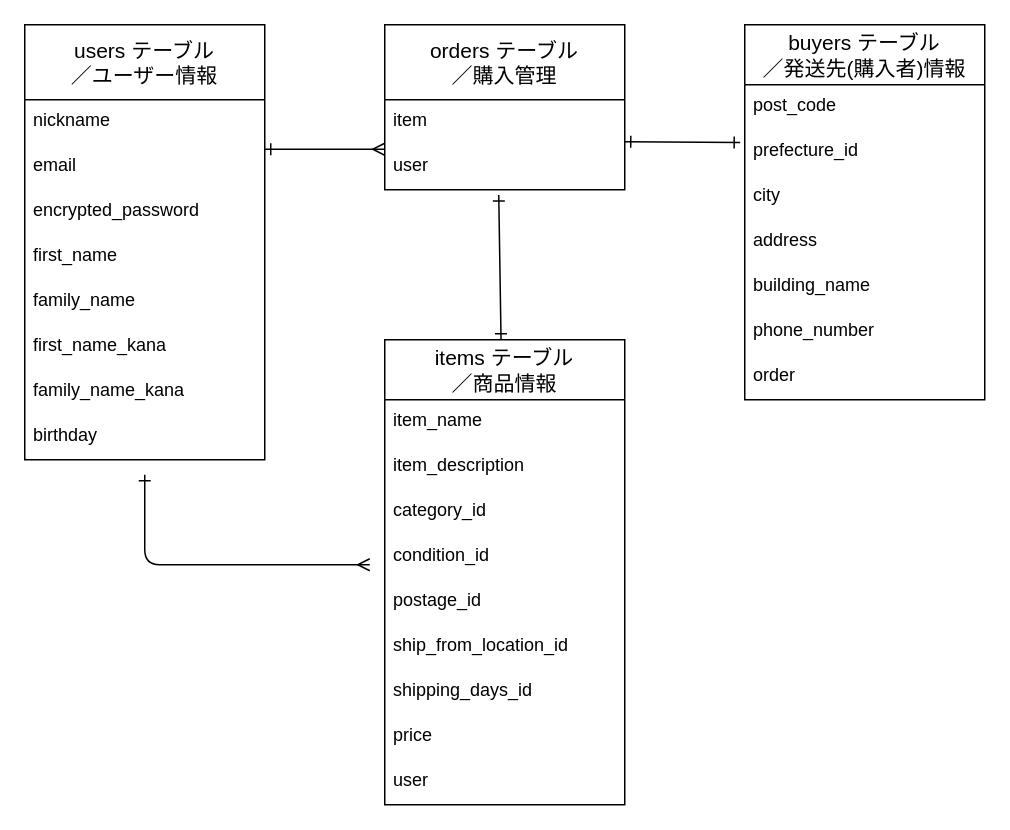
Cristina1201/furima-40013 keeps this draw.io diagram as er.dio. Above is the earlier version. Source tidied: cells renumbered, new cells numbered last; positions are measured from the earlier drawing's top-left corner, leaving out a move shared by most shapes. Both pictures are drawn from the tidied source at 150%, with x=0, y=0 at pixel (24, 24).
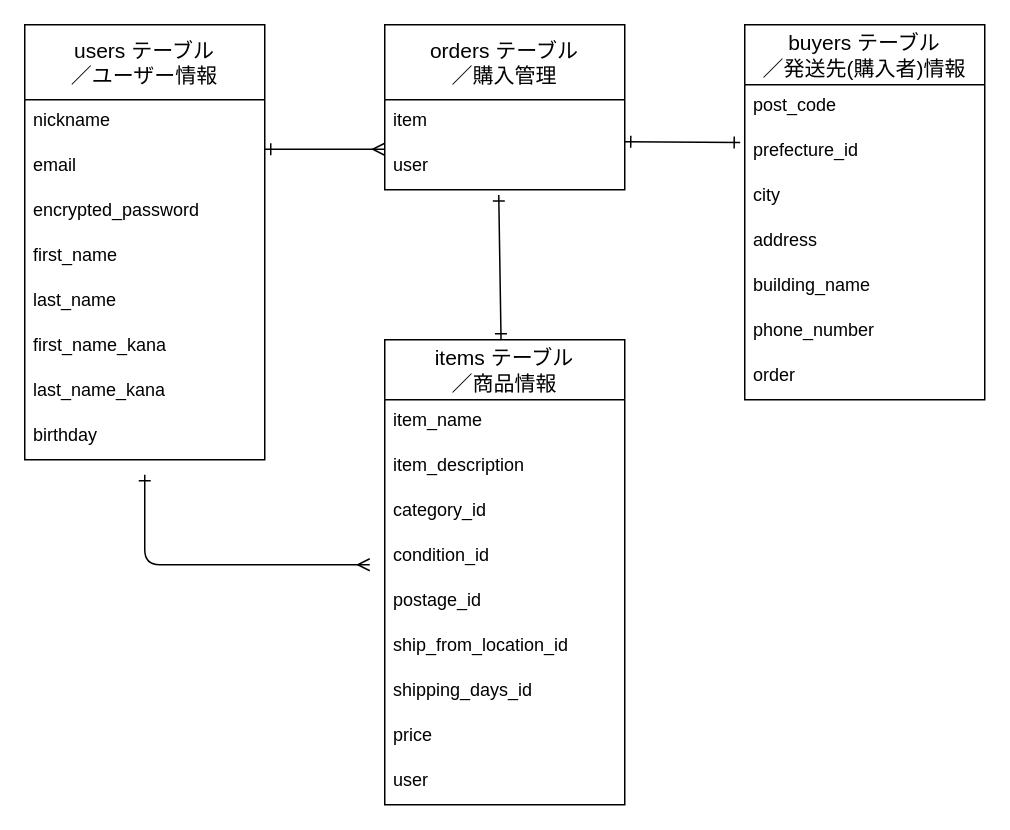
After the change.

The change refers to these unchanged cells:
```xml
<mxCell id="2" value="users テーブル&#10;／ユーザー情報" style="swimlane;fontStyle=0;horizontal=1;startSize=50;align=center;fontSize=14;" parent="1" vertex="1">
  <mxGeometry width="160" height="290" as="geometry" />
</mxCell>
```

The edit, as a diff of the source:
```diff
@@
-    <mxCell id="7" value="family_name" style="text;strokeColor=none;fillColor=none;spacingLeft=4;spacingRight=4;overflow=hidden;fontSize=12;" parent="2" vertex="1">
+    <mxCell id="7" value="last_name" style="text;strokeColor=none;fillColor=none;spacingLeft=4;spacingRight=4;overflow=hidden;fontSize=12;" parent="2" vertex="1">
       <mxGeometry y="170" width="160" height="30" as="geometry" />
     </mxCell>
@@
-    <mxCell id="9" value="family_name_kana" style="text;strokeColor=none;fillColor=none;spacingLeft=4;spacingRight=4;overflow=hidden;fontSize=12;" parent="2" vertex="1">
+    <mxCell id="9" value="last_name_kana" style="text;strokeColor=none;fillColor=none;spacingLeft=4;spacingRight=4;overflow=hidden;fontSize=12;" parent="2" vertex="1">
       <mxGeometry y="230" width="160" height="30" as="geometry" />
     </mxCell>
```
